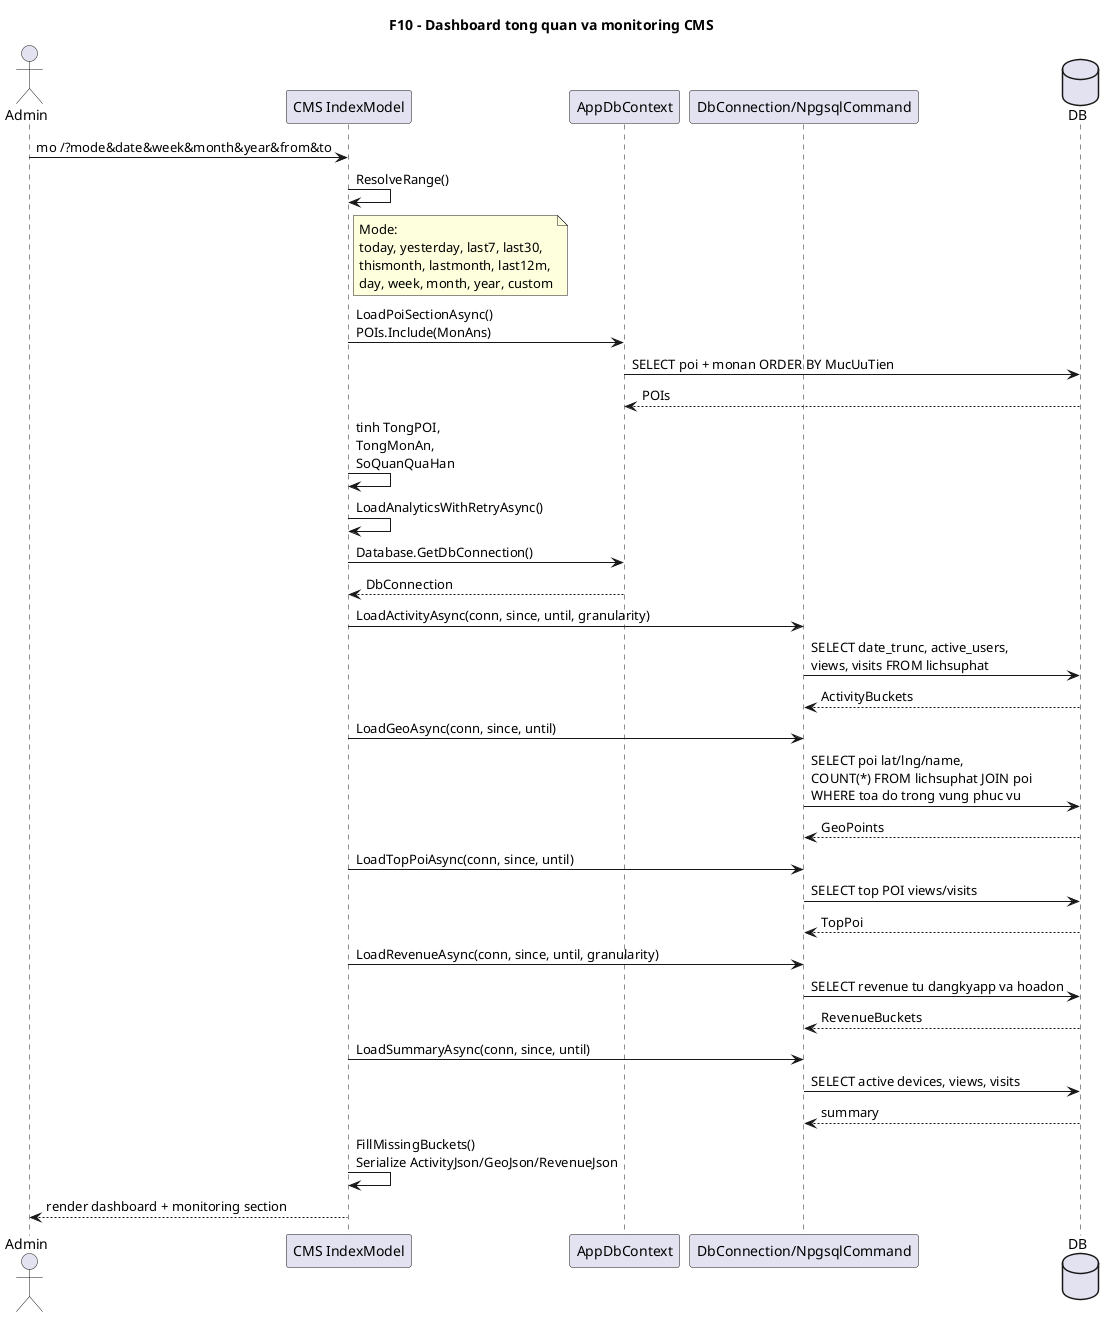
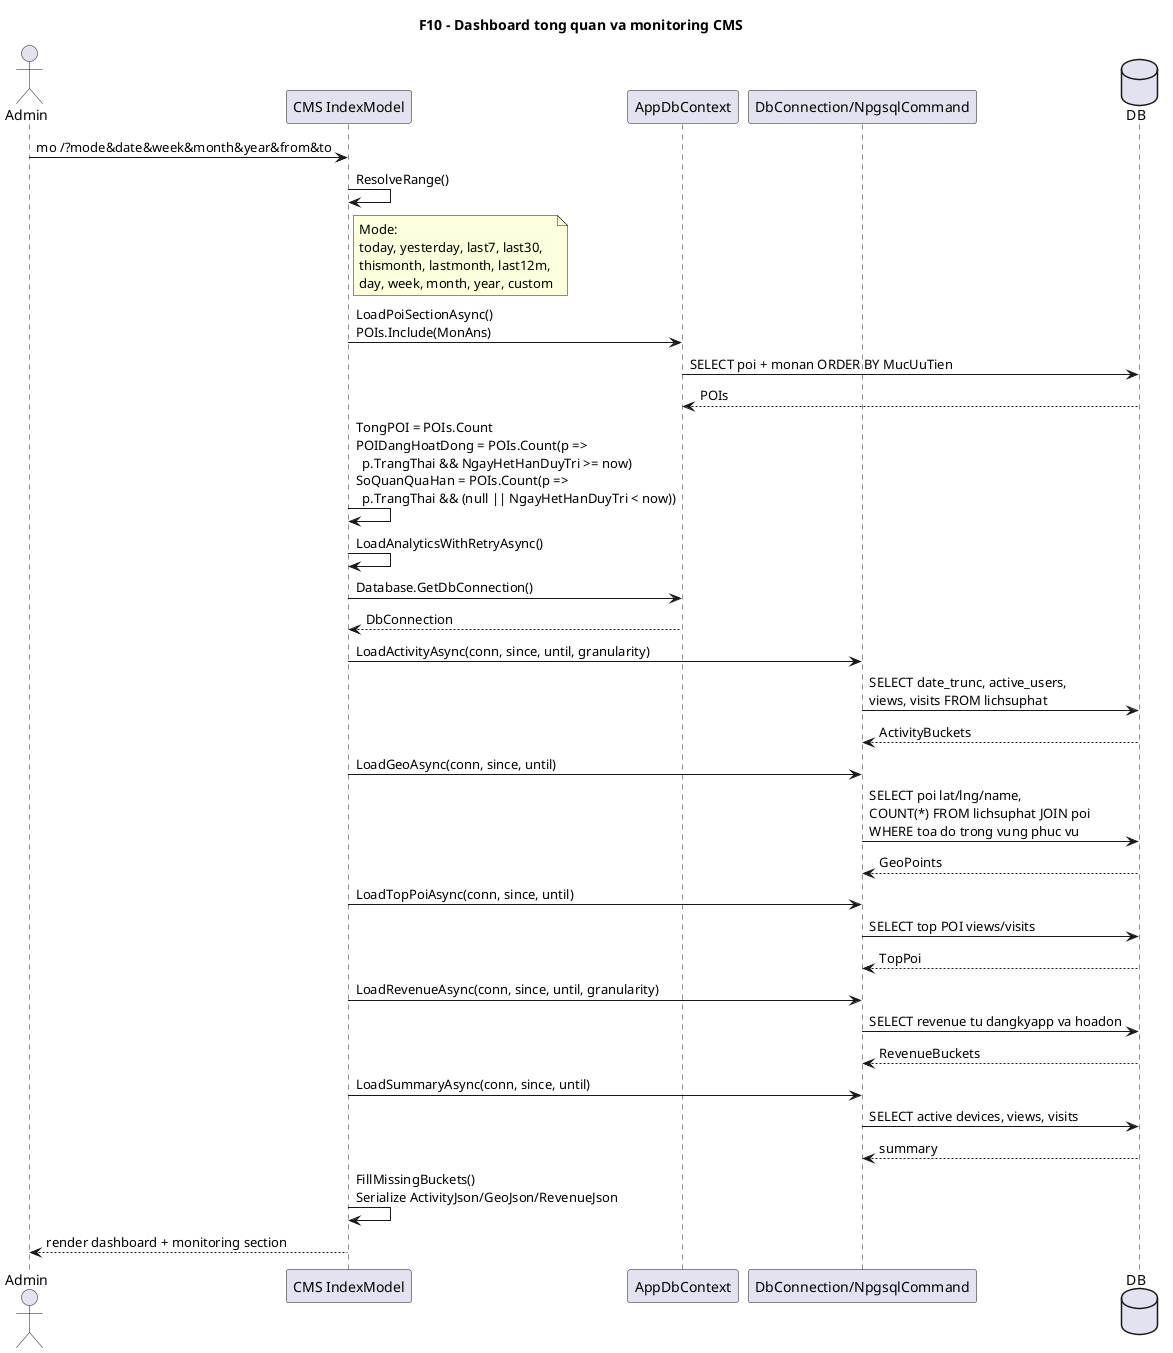
@startuml
' Diagram: F10 - Dashboard tong quan va monitoring CMS (Sequence)
' Status: VERIFIED
' Baseline: branch master, current worktree @ HEAD 2497a96
' Source:
' - VinhKhanhTour.CMS/Pages/Index.cshtml.cs: OnGetAsync(), ResolveRange(), LoadPoiSectionAsync(), LoadAnalyticsWithRetryAsync(), LoadAnalyticsAsync(), LoadActivityAsync(), LoadGeoAsync(), LoadTopPoiAsync(), LoadRevenueAsync(), LoadSummaryAsync(), FillMissingBuckets()
' - VinhKhanhTour.CMS/Pages/Index.cshtml
' Note: Sequence chi tiet hoa ResolveRange(), 2 pha load POI/analytics, shared EF connection, va serialize JSON cho chart/heatmap/revenue.
+ ' Note: 3 the thong ke o stats-grid: TongPOI (tat ca POI ke ca chua gia han), POIDangHoatDong (TrangThai=true va con han duy tri), Ngon ngu (3).
title F10 - Dashboard tong quan va monitoring CMS

actor Admin
participant "CMS IndexModel" as IndexModel
participant AppDbContext
participant "DbConnection/NpgsqlCommand" as Npgsql
database DB

Admin -> IndexModel: mo /?mode&date&week&month&year&from&to
IndexModel -> IndexModel: ResolveRange()
note right of IndexModel
  Mode:
  today, yesterday, last7, last30,
  thismonth, lastmonth, last12m,
  day, week, month, year, custom
end note

IndexModel -> AppDbContext: LoadPoiSectionAsync()\nPOIs.Include(MonAns)
AppDbContext -> DB: SELECT poi + monan ORDER BY MucUuTien
DB --> AppDbContext: POIs
- IndexModel -> IndexModel: tinh TongPOI,\nTongMonAn,\nSoQuanQuaHan
+ IndexModel -> IndexModel: TongPOI = POIs.Count\nPOIDangHoatDong = POIs.Count(p =>\n  p.TrangThai && NgayHetHanDuyTri >= now)\nSoQuanQuaHan = POIs.Count(p =>\n  p.TrangThai && (null || NgayHetHanDuyTri < now))

IndexModel -> IndexModel: LoadAnalyticsWithRetryAsync()
IndexModel -> AppDbContext: Database.GetDbConnection()
AppDbContext --> IndexModel: DbConnection
IndexModel -> Npgsql: LoadActivityAsync(conn, since, until, granularity)
Npgsql -> DB: SELECT date_trunc, active_users,\nviews, visits FROM lichsuphat
DB --> Npgsql: ActivityBuckets

IndexModel -> Npgsql: LoadGeoAsync(conn, since, until)
Npgsql -> DB: SELECT poi lat/lng/name,\nCOUNT(*) FROM lichsuphat JOIN poi\nWHERE toa do trong vung phuc vu
DB --> Npgsql: GeoPoints

IndexModel -> Npgsql: LoadTopPoiAsync(conn, since, until)
Npgsql -> DB: SELECT top POI views/visits
DB --> Npgsql: TopPoi

IndexModel -> Npgsql: LoadRevenueAsync(conn, since, until, granularity)
Npgsql -> DB: SELECT revenue tu dangkyapp va hoadon
DB --> Npgsql: RevenueBuckets

IndexModel -> Npgsql: LoadSummaryAsync(conn, since, until)
Npgsql -> DB: SELECT active devices, views, visits
DB --> Npgsql: summary

IndexModel -> IndexModel: FillMissingBuckets()\nSerialize ActivityJson/GeoJson/RevenueJson
IndexModel --> Admin: render dashboard + monitoring section
@enduml
